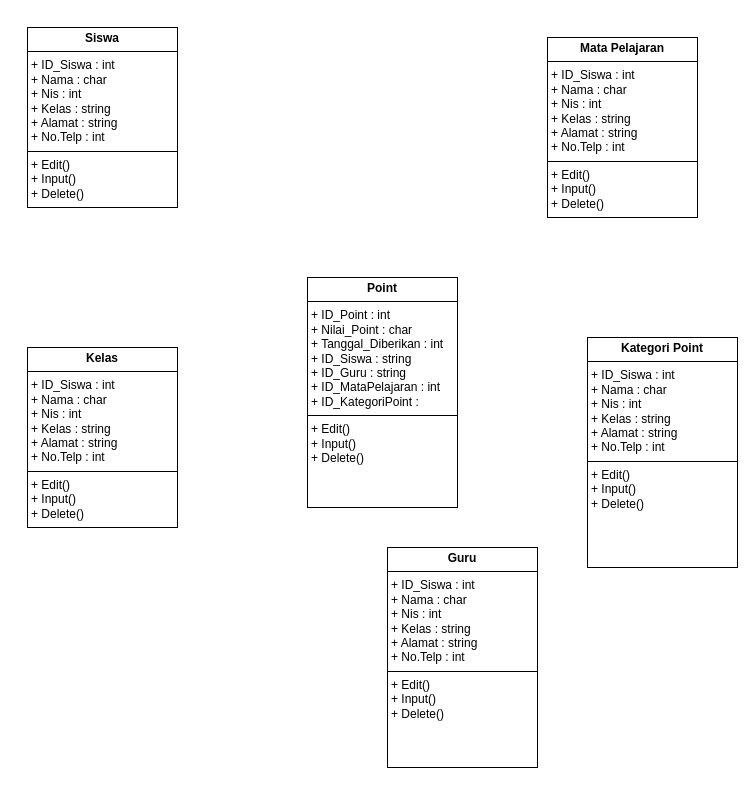
This is page "Halaman-3" (3 of 3) of Diagram Tanpa Judul.drawio from Rahadirahman21/Rahadirahman21.github.io, a draw.io file, before an edit. Source tidied: cells renumbered, new cells numbered last; positions are measured from the earlier drawing's top-left corner, leaving out a move shared by most shapes. Both pictures are drawn from the tidied source at 100%, with x=0, y=0 at pixel (27, 27).
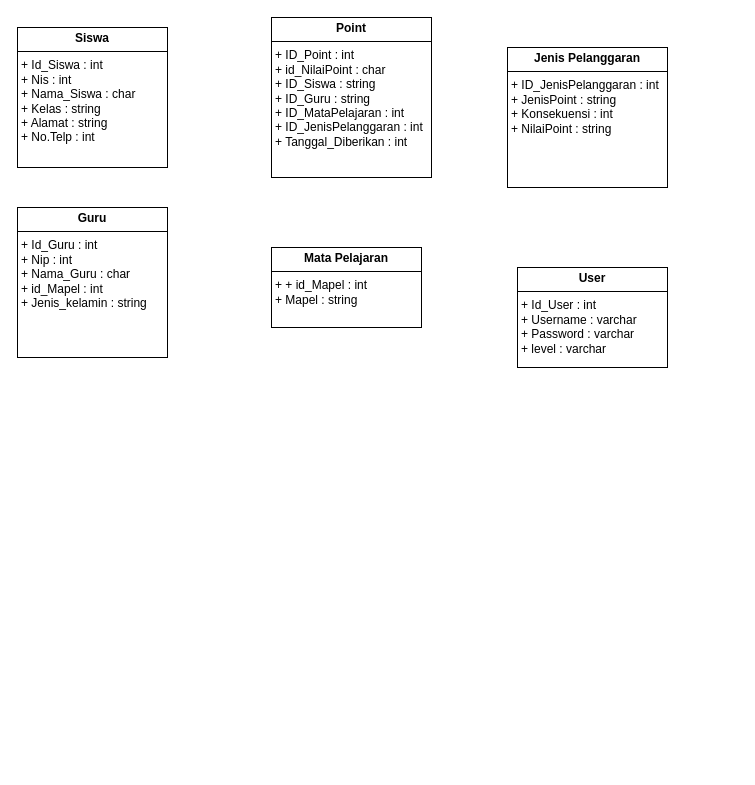
The same page after the edit.

Change to the diagram source:
```diff
@@
 <mxGraphModel>
   <root>
     <mxCell id="0" />
     <mxCell id="1" parent="0" />
-    <mxCell id="2" value="&lt;p style=&quot;margin:0px;margin-top:4px;text-align:center;&quot;&gt;&lt;b&gt;Siswa&lt;/b&gt;&lt;/p&gt;&lt;hr size=&quot;1&quot; style=&quot;border-style:solid;&quot;&gt;&lt;p style=&quot;margin:0px;margin-left:4px;&quot;&gt;+ ID_Siswa : int&lt;/p&gt;&lt;p style=&quot;margin:0px;margin-left:4px;&quot;&gt;+ Nama : char&lt;/p&gt;&lt;p style=&quot;margin:0px;margin-left:4px;&quot;&gt;+ Nis : int&lt;/p&gt;&lt;p style=&quot;margin:0px;margin-left:4px;&quot;&gt;+ Kelas : string&lt;/p&gt;&lt;p style=&quot;margin:0px;margin-left:4px;&quot;&gt;+ Alamat : string&lt;/p&gt;&lt;p style=&quot;margin:0px;margin-left:4px;&quot;&gt;+ No.Telp : int&lt;/p&gt;&lt;hr size=&quot;1&quot; style=&quot;border-style:solid;&quot;&gt;&lt;p style=&quot;margin:0px;margin-left:4px;&quot;&gt;+ Edit()&lt;/p&gt;&lt;p style=&quot;margin:0px;margin-left:4px;&quot;&gt;+ Input()&lt;/p&gt;&lt;p style=&quot;margin:0px;margin-left:4px;&quot;&gt;+ Delete()&lt;/p&gt;" style="verticalAlign=top;align=left;overflow=fill;html=1;whiteSpace=wrap;" parent="1" vertex="1">
-      <mxGeometry width="150" height="180" as="geometry" />
+    <mxCell id="2" value="&lt;p style=&quot;margin:0px;margin-top:4px;text-align:center;&quot;&gt;&lt;b&gt;Siswa&lt;/b&gt;&lt;/p&gt;&lt;hr size=&quot;1&quot; style=&quot;border-style:solid;&quot;&gt;&lt;p style=&quot;margin:0px;margin-left:4px;&quot;&gt;+ Id_Siswa : int&lt;/p&gt;&lt;p style=&quot;margin: 0px 0px 0px 4px;&quot;&gt;+ Nis : int&lt;/p&gt;&lt;p style=&quot;margin:0px;margin-left:4px;&quot;&gt;+ Nama_Siswa : char&lt;/p&gt;&lt;p style=&quot;margin:0px;margin-left:4px;&quot;&gt;&lt;span style=&quot;background-color: initial;&quot;&gt;+ Kelas : string&lt;/span&gt;&lt;br&gt;&lt;/p&gt;&lt;p style=&quot;margin:0px;margin-left:4px;&quot;&gt;+ Alamat : string&lt;/p&gt;&lt;p style=&quot;margin:0px;margin-left:4px;&quot;&gt;+ No.Telp : int&lt;/p&gt;&lt;p style=&quot;margin:0px;margin-left:4px;&quot;&gt;&lt;br&gt;&lt;/p&gt;" style="verticalAlign=top;align=left;overflow=fill;html=1;whiteSpace=wrap;" parent="1" vertex="1">
+      <mxGeometry x="-10" width="150" height="140" as="geometry" />
     </mxCell>
-    <mxCell id="3" value="&lt;p style=&quot;margin:0px;margin-top:4px;text-align:center;&quot;&gt;&lt;b&gt;Point&lt;/b&gt;&lt;/p&gt;&lt;hr size=&quot;1&quot; style=&quot;border-style:solid;&quot;&gt;&lt;p style=&quot;margin:0px;margin-left:4px;&quot;&gt;+ ID_Point : int&lt;/p&gt;&lt;p style=&quot;margin:0px;margin-left:4px;&quot;&gt;+ Nilai_Point : char&lt;/p&gt;&lt;p style=&quot;margin:0px;margin-left:4px;&quot;&gt;+ Tanggal_Diberikan : int&lt;/p&gt;&lt;p style=&quot;margin:0px;margin-left:4px;&quot;&gt;+ ID_Siswa : string&lt;/p&gt;&lt;p style=&quot;margin:0px;margin-left:4px;&quot;&gt;+ ID_Guru : string&lt;/p&gt;&lt;p style=&quot;margin:0px;margin-left:4px;&quot;&gt;+ ID_MataPelajaran : int&lt;/p&gt;&lt;p style=&quot;margin:0px;margin-left:4px;&quot;&gt;+ ID_KategoriPoint :&amp;nbsp;&lt;/p&gt;&lt;hr size=&quot;1&quot; style=&quot;border-style:solid;&quot;&gt;&lt;p style=&quot;margin:0px;margin-left:4px;&quot;&gt;+ Edit()&lt;/p&gt;&lt;p style=&quot;margin:0px;margin-left:4px;&quot;&gt;+ Input()&lt;/p&gt;&lt;p style=&quot;margin:0px;margin-left:4px;&quot;&gt;+ Delete()&lt;/p&gt;" style="verticalAlign=top;align=left;overflow=fill;html=1;whiteSpace=wrap;" parent="1" vertex="1">
-      <mxGeometry x="280" y="250" width="150" height="230" as="geometry" />
+    <mxCell id="3" value="&lt;p style=&quot;margin:0px;margin-top:4px;text-align:center;&quot;&gt;&lt;b&gt;Point&lt;/b&gt;&lt;/p&gt;&lt;hr size=&quot;1&quot; style=&quot;border-style:solid;&quot;&gt;&lt;p style=&quot;margin:0px;margin-left:4px;&quot;&gt;+ ID_Point : int&lt;/p&gt;&lt;p style=&quot;margin:0px;margin-left:4px;&quot;&gt;+ id_NilaiPoint : char&lt;/p&gt;&lt;p style=&quot;margin:0px;margin-left:4px;&quot;&gt;+ ID_Siswa : string&lt;/p&gt;&lt;p style=&quot;margin:0px;margin-left:4px;&quot;&gt;+ ID_Guru : string&lt;/p&gt;&lt;p style=&quot;margin:0px;margin-left:4px;&quot;&gt;+ ID_MataPelajaran : int&lt;/p&gt;&lt;p style=&quot;margin:0px;margin-left:4px;&quot;&gt;+ ID_JenisPelanggaran : int&lt;/p&gt;&lt;p style=&quot;margin:0px;margin-left:4px;&quot;&gt;+ Tanggal_Diberikan : int&lt;br&gt;&lt;/p&gt;" style="verticalAlign=top;align=left;overflow=fill;html=1;whiteSpace=wrap;" parent="1" vertex="1">
+      <mxGeometry x="244" y="-10" width="160" height="160" as="geometry" />
     </mxCell>
-    <mxCell id="4" value="&lt;p style=&quot;margin:0px;margin-top:4px;text-align:center;&quot;&gt;&lt;b&gt;Kelas&lt;/b&gt;&lt;/p&gt;&lt;hr size=&quot;1&quot; style=&quot;border-style:solid;&quot;&gt;&lt;p style=&quot;margin:0px;margin-left:4px;&quot;&gt;+ ID_Siswa : int&lt;/p&gt;&lt;p style=&quot;margin:0px;margin-left:4px;&quot;&gt;+ Nama : char&lt;/p&gt;&lt;p style=&quot;margin:0px;margin-left:4px;&quot;&gt;+ Nis : int&lt;/p&gt;&lt;p style=&quot;margin:0px;margin-left:4px;&quot;&gt;+ Kelas : string&lt;/p&gt;&lt;p style=&quot;margin:0px;margin-left:4px;&quot;&gt;+ Alamat : string&lt;/p&gt;&lt;p style=&quot;margin:0px;margin-left:4px;&quot;&gt;+ No.Telp : int&lt;/p&gt;&lt;hr size=&quot;1&quot; style=&quot;border-style:solid;&quot;&gt;&lt;p style=&quot;margin:0px;margin-left:4px;&quot;&gt;+ Edit()&lt;/p&gt;&lt;p style=&quot;margin:0px;margin-left:4px;&quot;&gt;+ Input()&lt;/p&gt;&lt;p style=&quot;margin:0px;margin-left:4px;&quot;&gt;+ Delete()&lt;/p&gt;" style="verticalAlign=top;align=left;overflow=fill;html=1;whiteSpace=wrap;" parent="1" vertex="1">
-      <mxGeometry y="320" width="150" height="180" as="geometry" />
-    </mxCell>
-    <mxCell id="5" value="&lt;p style=&quot;margin:0px;margin-top:4px;text-align:center;&quot;&gt;&lt;b&gt;Mata Pelajaran&lt;/b&gt;&lt;/p&gt;&lt;hr size=&quot;1&quot; style=&quot;border-style:solid;&quot;&gt;&lt;p style=&quot;margin:0px;margin-left:4px;&quot;&gt;+ ID_Siswa : int&lt;/p&gt;&lt;p style=&quot;margin:0px;margin-left:4px;&quot;&gt;+ Nama : char&lt;/p&gt;&lt;p style=&quot;margin:0px;margin-left:4px;&quot;&gt;+ Nis : int&lt;/p&gt;&lt;p style=&quot;margin:0px;margin-left:4px;&quot;&gt;+ Kelas : string&lt;/p&gt;&lt;p style=&quot;margin:0px;margin-left:4px;&quot;&gt;+ Alamat : string&lt;/p&gt;&lt;p style=&quot;margin:0px;margin-left:4px;&quot;&gt;+ No.Telp : int&lt;/p&gt;&lt;hr size=&quot;1&quot; style=&quot;border-style:solid;&quot;&gt;&lt;p style=&quot;margin:0px;margin-left:4px;&quot;&gt;+ Edit()&lt;/p&gt;&lt;p style=&quot;margin:0px;margin-left:4px;&quot;&gt;+ Input()&lt;/p&gt;&lt;p style=&quot;margin:0px;margin-left:4px;&quot;&gt;+ Delete()&lt;/p&gt;" style="verticalAlign=top;align=left;overflow=fill;html=1;whiteSpace=wrap;" parent="1" vertex="1">
-      <mxGeometry x="520" y="10" width="150" height="180" as="geometry" />
+    <mxCell id="5" value="&lt;p style=&quot;margin:0px;margin-top:4px;text-align:center;&quot;&gt;&lt;b&gt;Mata Pelajaran&lt;/b&gt;&lt;/p&gt;&lt;hr size=&quot;1&quot; style=&quot;border-style:solid;&quot;&gt;&lt;p style=&quot;margin:0px;margin-left:4px;&quot;&gt;+&amp;nbsp;&lt;span style=&quot;background-color: initial;&quot;&gt;+ id_Mapel &lt;/span&gt;&lt;span style=&quot;background-color: initial;&quot;&gt;: int&lt;/span&gt;&lt;/p&gt;&lt;p style=&quot;margin:0px;margin-left:4px;&quot;&gt;+&amp;nbsp;Mapel : string&lt;/p&gt;&lt;p style=&quot;margin:0px;margin-left:4px;&quot;&gt;&lt;br&gt;&lt;/p&gt;&lt;p style=&quot;margin:0px;margin-left:4px;&quot;&gt;&lt;br&gt;&lt;/p&gt;" style="verticalAlign=top;align=left;overflow=fill;html=1;whiteSpace=wrap;" parent="1" vertex="1">
+      <mxGeometry x="244" y="220" width="150" height="80" as="geometry" />
     </mxCell>
-    <mxCell id="6" value="&lt;p style=&quot;margin:0px;margin-top:4px;text-align:center;&quot;&gt;&lt;b&gt;Guru&lt;/b&gt;&lt;/p&gt;&lt;hr size=&quot;1&quot; style=&quot;border-style:solid;&quot;&gt;&lt;p style=&quot;margin:0px;margin-left:4px;&quot;&gt;+ ID_Siswa : int&lt;/p&gt;&lt;p style=&quot;margin:0px;margin-left:4px;&quot;&gt;+ Nama : char&lt;/p&gt;&lt;p style=&quot;margin:0px;margin-left:4px;&quot;&gt;+ Nis : int&lt;/p&gt;&lt;p style=&quot;margin:0px;margin-left:4px;&quot;&gt;+ Kelas : string&lt;/p&gt;&lt;p style=&quot;margin:0px;margin-left:4px;&quot;&gt;+ Alamat : string&lt;/p&gt;&lt;p style=&quot;margin:0px;margin-left:4px;&quot;&gt;+ No.Telp : int&lt;/p&gt;&lt;hr size=&quot;1&quot; style=&quot;border-style:solid;&quot;&gt;&lt;p style=&quot;margin:0px;margin-left:4px;&quot;&gt;+ Edit()&lt;/p&gt;&lt;p style=&quot;margin:0px;margin-left:4px;&quot;&gt;+ Input()&lt;/p&gt;&lt;p style=&quot;margin:0px;margin-left:4px;&quot;&gt;+ Delete()&lt;/p&gt;" style="verticalAlign=top;align=left;overflow=fill;html=1;whiteSpace=wrap;" parent="1" vertex="1">
-      <mxGeometry x="360" y="520" width="150" height="220" as="geometry" />
+    <mxCell id="6" value="&lt;p style=&quot;margin:0px;margin-top:4px;text-align:center;&quot;&gt;&lt;b&gt;Guru&lt;/b&gt;&lt;/p&gt;&lt;hr size=&quot;1&quot; style=&quot;border-style:solid;&quot;&gt;&lt;p style=&quot;margin:0px;margin-left:4px;&quot;&gt;+ Id_Guru : int&lt;/p&gt;&lt;p style=&quot;margin:0px;margin-left:4px;&quot;&gt;&lt;span style=&quot;background-color: initial;&quot;&gt;+ Nip : int&lt;/span&gt;&lt;/p&gt;&lt;p style=&quot;margin:0px;margin-left:4px;&quot;&gt;+ Nama_Guru : char&lt;/p&gt;&lt;p style=&quot;margin:0px;margin-left:4px;&quot;&gt;&lt;span style=&quot;background-color: initial;&quot;&gt;+ id_Mapel : int&lt;/span&gt;&lt;br&gt;&lt;/p&gt;&lt;p style=&quot;margin:0px;margin-left:4px;&quot;&gt;+ Jenis_kelamin : string&lt;/p&gt;" style="verticalAlign=top;align=left;overflow=fill;html=1;whiteSpace=wrap;" parent="1" vertex="1">
+      <mxGeometry x="-10" y="180" width="150" height="150" as="geometry" />
     </mxCell>
-    <mxCell id="7" value="&lt;p style=&quot;margin:0px;margin-top:4px;text-align:center;&quot;&gt;&lt;b&gt;Kategori Point&lt;/b&gt;&lt;/p&gt;&lt;hr size=&quot;1&quot; style=&quot;border-style:solid;&quot;&gt;&lt;p style=&quot;margin:0px;margin-left:4px;&quot;&gt;+ ID_Siswa : int&lt;/p&gt;&lt;p style=&quot;margin:0px;margin-left:4px;&quot;&gt;+ Nama : char&lt;/p&gt;&lt;p style=&quot;margin:0px;margin-left:4px;&quot;&gt;+ Nis : int&lt;/p&gt;&lt;p style=&quot;margin:0px;margin-left:4px;&quot;&gt;+ Kelas : string&lt;/p&gt;&lt;p style=&quot;margin:0px;margin-left:4px;&quot;&gt;+ Alamat : string&lt;/p&gt;&lt;p style=&quot;margin:0px;margin-left:4px;&quot;&gt;+ No.Telp : int&lt;/p&gt;&lt;hr size=&quot;1&quot; style=&quot;border-style:solid;&quot;&gt;&lt;p style=&quot;margin:0px;margin-left:4px;&quot;&gt;+ Edit()&lt;/p&gt;&lt;p style=&quot;margin:0px;margin-left:4px;&quot;&gt;+ Input()&lt;/p&gt;&lt;p style=&quot;margin:0px;margin-left:4px;&quot;&gt;+ Delete()&lt;/p&gt;" style="verticalAlign=top;align=left;overflow=fill;html=1;whiteSpace=wrap;" parent="1" vertex="1">
-      <mxGeometry x="560" y="310" width="150" height="230" as="geometry" />
+    <mxCell id="7" value="&lt;p style=&quot;margin:0px;margin-top:4px;text-align:center;&quot;&gt;&lt;b&gt;Jenis Pelanggaran&lt;/b&gt;&lt;/p&gt;&lt;hr size=&quot;1&quot; style=&quot;border-style:solid;&quot;&gt;&lt;p style=&quot;margin:0px;margin-left:4px;&quot;&gt;&lt;span style=&quot;background-color: initial;&quot;&gt;+ ID_JenisPelanggaran : int&lt;/span&gt;&lt;/p&gt;&lt;p style=&quot;margin:0px;margin-left:4px;&quot;&gt;&lt;span style=&quot;background-color: initial;&quot;&gt;+ JenisPoint : string&lt;/span&gt;&lt;br&gt;&lt;/p&gt;&lt;p style=&quot;margin:0px;margin-left:4px;&quot;&gt;+ Konsekuensi : int&lt;/p&gt;&lt;p style=&quot;margin:0px;margin-left:4px;&quot;&gt;+ NilaiPoint : string&lt;/p&gt;&lt;p style=&quot;margin:0px;margin-left:4px;&quot;&gt;&lt;br&gt;&lt;/p&gt;&lt;p style=&quot;margin:0px;margin-left:4px;&quot;&gt;&lt;br&gt;&lt;/p&gt;" style="verticalAlign=top;align=left;overflow=fill;html=1;whiteSpace=wrap;" parent="1" vertex="1">
+      <mxGeometry x="480" y="20" width="160" height="140" as="geometry" />
     </mxCell>
+    <mxCell id="8" value="&lt;p style=&quot;margin:0px;margin-top:4px;text-align:center;&quot;&gt;&lt;b&gt;User&lt;/b&gt;&lt;/p&gt;&lt;hr size=&quot;1&quot; style=&quot;border-style:solid;&quot;&gt;&lt;p style=&quot;margin:0px;margin-left:4px;&quot;&gt;+ Id_User : int&lt;/p&gt;&lt;p style=&quot;margin: 0px 0px 0px 4px;&quot;&gt;+ Username : varchar&lt;/p&gt;&lt;p style=&quot;margin:0px;margin-left:4px;&quot;&gt;+ Password : varchar&lt;/p&gt;&lt;p style=&quot;margin:0px;margin-left:4px;&quot;&gt;+ level : varchar&lt;/p&gt;&lt;p style=&quot;margin:0px;margin-left:4px;&quot;&gt;&lt;br&gt;&lt;/p&gt;" style="verticalAlign=top;align=left;overflow=fill;html=1;whiteSpace=wrap;" parent="1" vertex="1">
+      <mxGeometry x="490" y="240" width="150" height="100" as="geometry" />
+    </mxCell>
   </root>
 </mxGraphModel>
```
